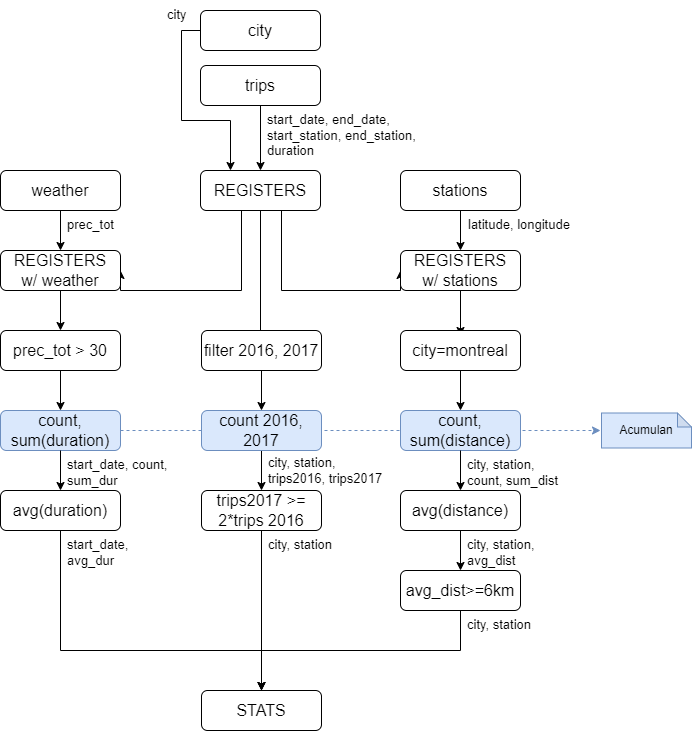
This is docs/diagrams/dag/dataflow.png from n-zu/DISTRIBUIDOS-TP1, a draw.io export, as it was before one commit. Source tidied: cells renumbered, new cells last; positions are measured from the earlier drawing's top-left corner, leaving out a move shared by most shapes.
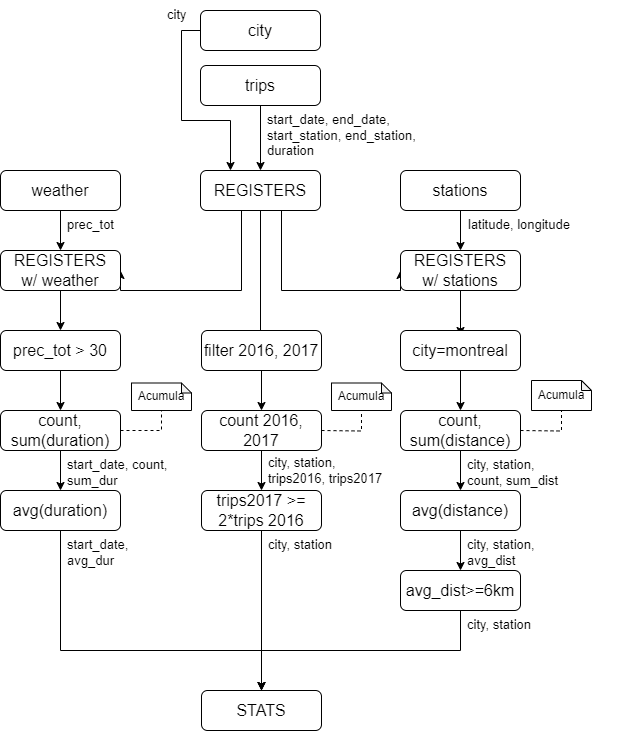
After the change.

The edit, as a diff of the source:
```diff
@@ -69,12 +69,10 @@
     <mxCell id="18" value="prec_tot &amp;gt; 30" style="rounded=1;whiteSpace=wrap;html=1;fontSize=16;" parent="1" vertex="1">
       <mxGeometry y="330" width="120" height="40" as="geometry" />
     </mxCell>
-    <mxCell id="19" style="edgeStyle=none;rounded=0;jettySize=auto;html=1;fillColor=#dae8fc;strokeColor=#6c8ebf;dashed=1;" parent="1" edge="1" source="20">
-      <mxGeometry relative="1" as="geometry">
-        <mxPoint x="600" y="430" as="targetPoint" />
-      </mxGeometry>
-    </mxCell>
+    <mxCell id="52" style="edgeStyle=orthogonalEdgeStyle;rounded=0;jettySize=auto;html=1;exitX=1;exitY=0.5;exitDx=0;exitDy=0;entryX=0.5;entryY=1;entryDx=0;entryDy=0;entryPerimeter=0;endArrow=none;endFill=0;dashed=1;" parent="1" edge="1" source="20" target="54">
+      <mxGeometry relative="1" as="geometry" />
+    </mxCell>
-    <mxCell id="20" value="count, sum(duration)" style="rounded=1;whiteSpace=wrap;html=1;fontSize=16;fillColor=#dae8fc;strokeColor=#6c8ebf;" parent="1" vertex="1">
+    <mxCell id="20" value="count, sum(duration)" style="rounded=1;whiteSpace=wrap;html=1;fontSize=16;" parent="1" vertex="1">
       <mxGeometry y="410" width="120" height="40" as="geometry" />
     </mxCell>
     <mxCell id="21" value="start_date,&lt;br&gt;avg_dur" style="text;html=1;strokeColor=none;fillColor=none;align=left;verticalAlign=top;whiteSpace=wrap;rounded=0;fontSize=13;spacingLeft=5;spacingTop=0;horizontal=1;" parent="1" vertex="1">
@@ -106,8 +104,8 @@
     <mxCell id="28" value="start_date, count,&lt;br&gt;sum_dur" style="text;html=1;strokeColor=none;fillColor=none;align=left;verticalAlign=top;whiteSpace=wrap;rounded=0;fontSize=13;spacingLeft=5;spacingTop=0;horizontal=1;" parent="1" vertex="1">
       <mxGeometry x="60" y="450" width="140" height="40" as="geometry" />
     </mxCell>
-    <mxCell id="29" value="Acumulan" style="shape=note;whiteSpace=wrap;html=1;backgroundOutline=1;darkOpacity=0.05;fillColor=#dae8fc;strokeColor=#6c8ebf;size=14;" parent="1" vertex="1">
-      <mxGeometry x="601" y="412.5" width="90" height="35" as="geometry" />
+    <mxCell id="29" value="Acumula" style="shape=note;whiteSpace=wrap;html=1;backgroundOutline=1;darkOpacity=0.05;size=10;align=center;verticalAlign=middle;spacing=4;" parent="1" vertex="1">
+      <mxGeometry x="531" y="380" width="60" height="30" as="geometry" />
     </mxCell>
     <mxCell id="30" style="edgeStyle=orthogonalEdgeStyle;rounded=0;jettySize=auto;html=1;entryX=0.5;entryY=0;entryDx=0;entryDy=0;" parent="1" edge="1" source="31" target="18">
       <mxGeometry relative="1" as="geometry" />
@@ -132,7 +130,7 @@
     <mxCell id="36" style="edgeStyle=orthogonalEdgeStyle;rounded=0;jettySize=auto;html=1;exitX=0.5;exitY=1;exitDx=0;exitDy=0;entryX=0.5;entryY=0;entryDx=0;entryDy=0;fontSize=13;" parent="1" edge="1" source="42" target="39">
       <mxGeometry relative="1" as="geometry" />
     </mxCell>
-    <mxCell id="37" value="count,&lt;br&gt;sum(distance)" style="rounded=1;whiteSpace=wrap;html=1;fontSize=16;fillColor=#dae8fc;strokeColor=#6c8ebf;" parent="1" vertex="1">
+    <mxCell id="37" value="count,&lt;br&gt;sum(distance)" style="rounded=1;whiteSpace=wrap;html=1;fontSize=16;" parent="1" vertex="1">
       <mxGeometry x="400" y="410" width="120" height="40" as="geometry" />
     </mxCell>
     <mxCell id="38" style="edgeStyle=orthogonalEdgeStyle;rounded=0;jettySize=auto;html=1;entryX=0.5;entryY=0;entryDx=0;entryDy=0;" parent="1" edge="1" source="39" target="23">
@@ -158,7 +156,7 @@
     <mxCell id="43" style="edgeStyle=orthogonalEdgeStyle;rounded=0;jettySize=auto;html=1;exitX=0.5;exitY=1;exitDx=0;exitDy=0;entryX=0.5;entryY=0;entryDx=0;entryDy=0;fontSize=13;" parent="1" edge="1" source="44" target="46">
       <mxGeometry relative="1" as="geometry" />
     </mxCell>
-    <mxCell id="44" value="count 2016, 2017" style="rounded=1;whiteSpace=wrap;html=1;fontSize=16;fillColor=#dae8fc;strokeColor=#6c8ebf;" parent="1" vertex="1">
+    <mxCell id="44" value="count 2016, 2017" style="rounded=1;whiteSpace=wrap;html=1;fontSize=16;" parent="1" vertex="1">
       <mxGeometry x="201" y="410" width="120" height="40" as="geometry" />
     </mxCell>
     <mxCell id="45" style="edgeStyle=orthogonalEdgeStyle;rounded=0;jettySize=auto;html=1;entryX=0.5;entryY=0;entryDx=0;entryDy=0;" parent="1" edge="1" source="46" target="23">
@@ -182,5 +180,21 @@
     <mxCell id="51" value="city, station,&lt;br&gt;avg_dist" style="text;html=1;strokeColor=none;fillColor=none;align=left;verticalAlign=top;whiteSpace=wrap;rounded=0;fontSize=13;spacingLeft=5;spacingTop=0;horizontal=1;" parent="1" vertex="1">
       <mxGeometry x="460" y="530" width="180" height="40" as="geometry" />
     </mxCell>
+    <mxCell id="53" value="Acumula" style="shape=note;whiteSpace=wrap;html=1;backgroundOutline=1;darkOpacity=0.05;size=10;align=center;verticalAlign=middle;spacing=4;" parent="1" vertex="1">
+      <mxGeometry x="331" y="382.5" width="60" height="27.5" as="geometry" />
+    </mxCell>
+    <mxCell id="54" value="Acumula" style="shape=note;whiteSpace=wrap;html=1;backgroundOutline=1;darkOpacity=0.05;size=10;align=center;verticalAlign=middle;spacing=4;" parent="1" vertex="1">
+      <mxGeometry x="131" y="382.5" width="60" height="27.5" as="geometry" />
+    </mxCell>
+    <mxCell id="55" style="edgeStyle=orthogonalEdgeStyle;rounded=0;jettySize=auto;html=1;exitX=1;exitY=0.5;exitDx=0;exitDy=0;entryX=0.5;entryY=1;entryDx=0;entryDy=0;entryPerimeter=0;endArrow=none;endFill=0;dashed=1;" parent="1" edge="1" target="53">
+      <mxGeometry relative="1" as="geometry">
+        <mxPoint x="321" y="430" as="sourcePoint" />
+      </mxGeometry>
+    </mxCell>
+    <mxCell id="56" style="edgeStyle=orthogonalEdgeStyle;rounded=0;jettySize=auto;html=1;exitX=1;exitY=0.5;exitDx=0;exitDy=0;entryX=0.5;entryY=1;entryDx=0;entryDy=0;entryPerimeter=0;endArrow=none;endFill=0;dashed=1;" parent="1" edge="1" target="29">
+      <mxGeometry relative="1" as="geometry">
+        <mxPoint x="520" y="430" as="sourcePoint" />
+      </mxGeometry>
+    </mxCell>
   </root>
 </mxGraphModel>
```
